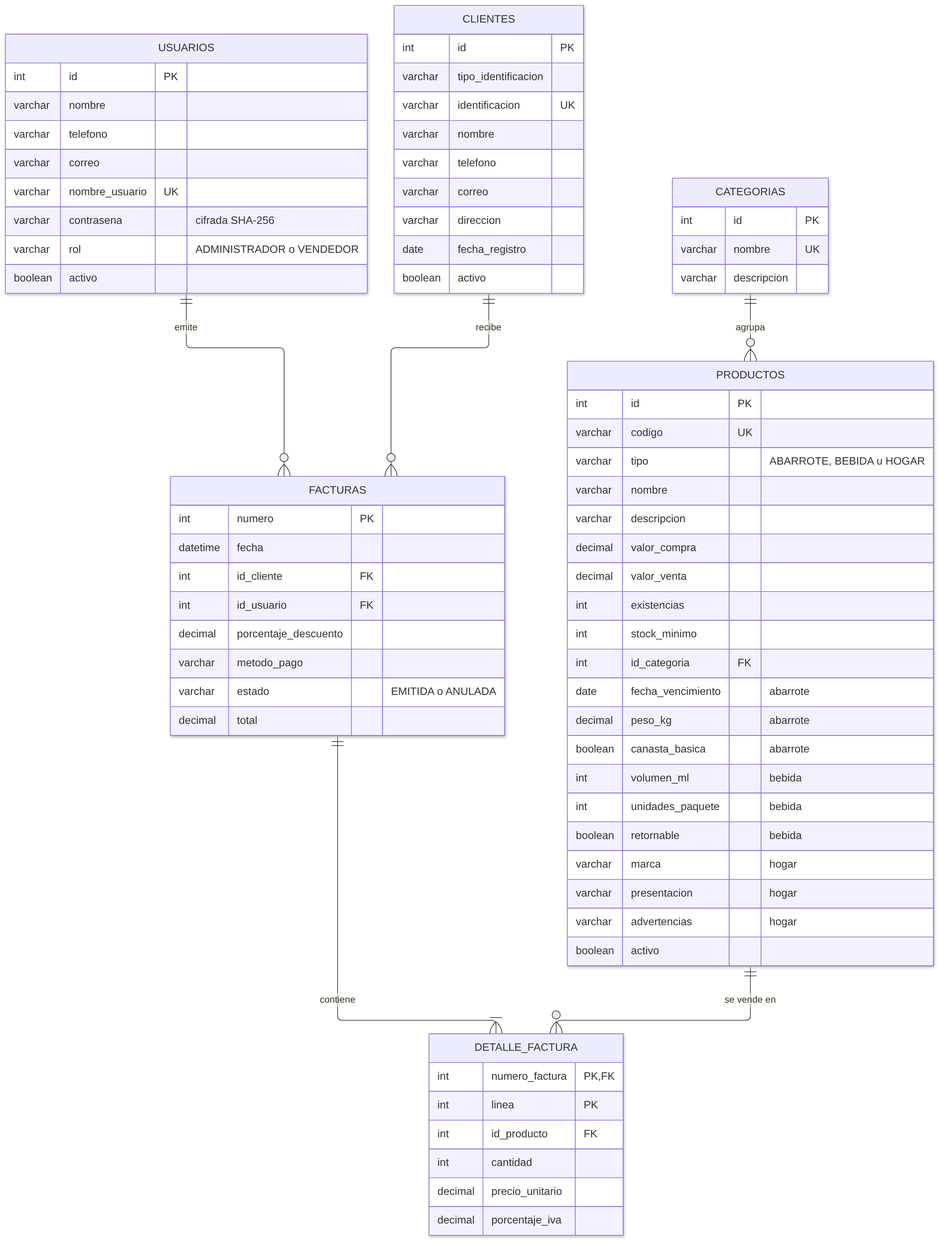
This is docs/img/06_modelo_bd.png from luisamri91/Avance1, a Mermaid export, as it was before one commit. Its source is kept beside it as docs/diagramas/06_modelo_bd.mmd.
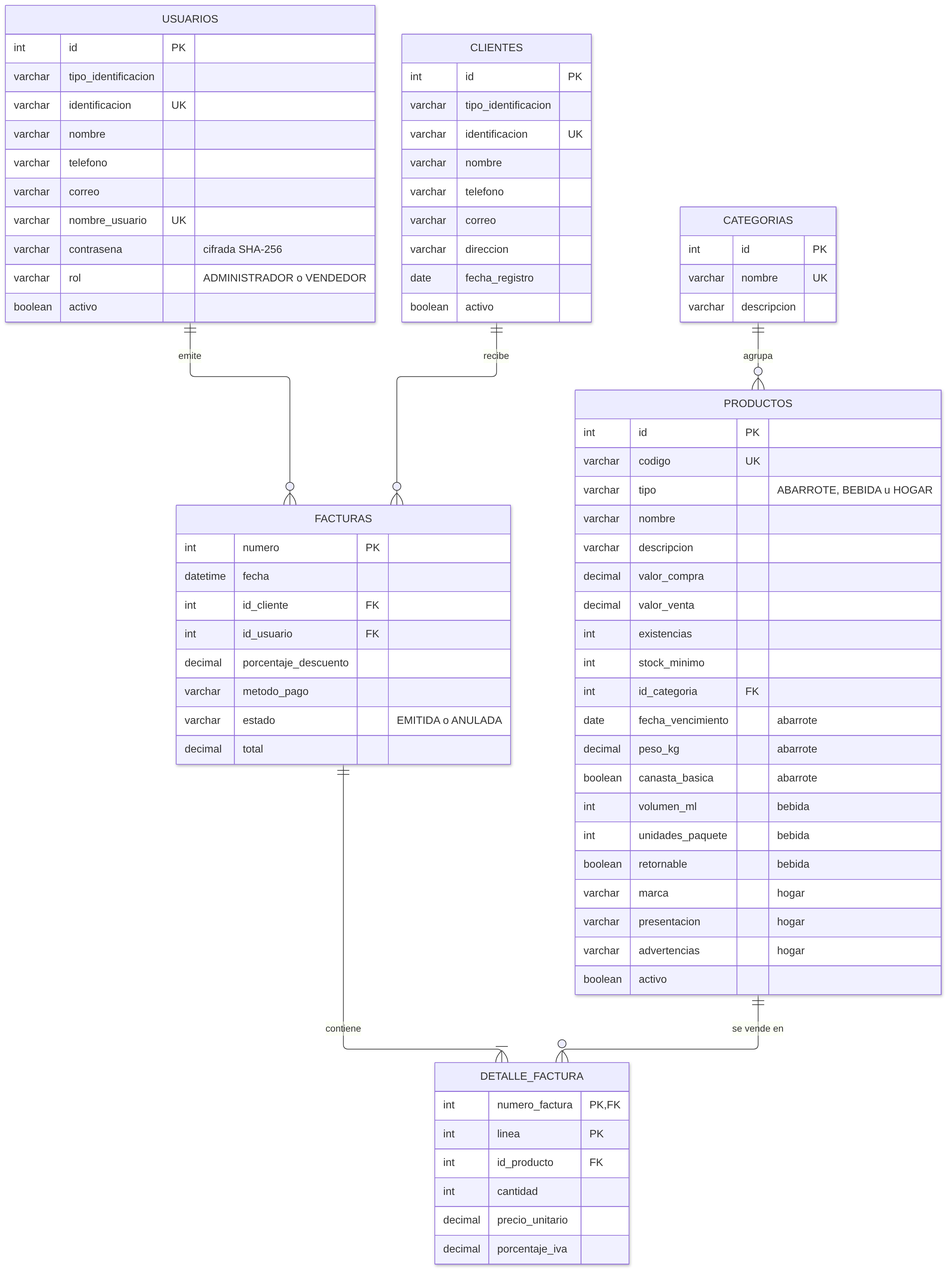
The same diagram one commit later.

What changed in the source:
```diff
@@ -7,6 +7,8 @@
 
     USUARIOS {
         int id PK
+        varchar tipo_identificacion
+        varchar identificacion UK
         varchar nombre
         varchar telefono
         varchar correo
```
